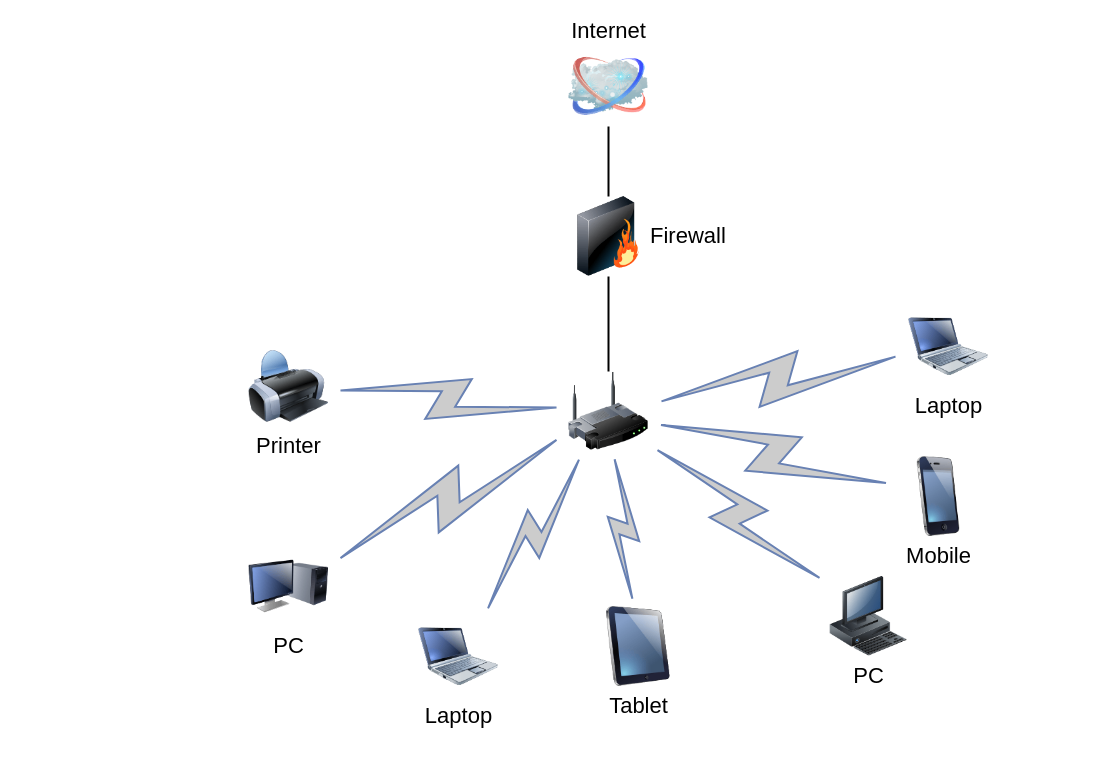
gustavolucas10/AULAS keeps this draw.io diagram as Untitled Diagram.drawio. Above is the earlier version. Source tidied: cells renumbered, new cells numbered last; positions are measured from the earlier drawing's top-left corner, leaving out a move shared by most shapes. Both pictures are drawn from the tidied source at 100%, with x=0, y=0 at pixel (248, 46).
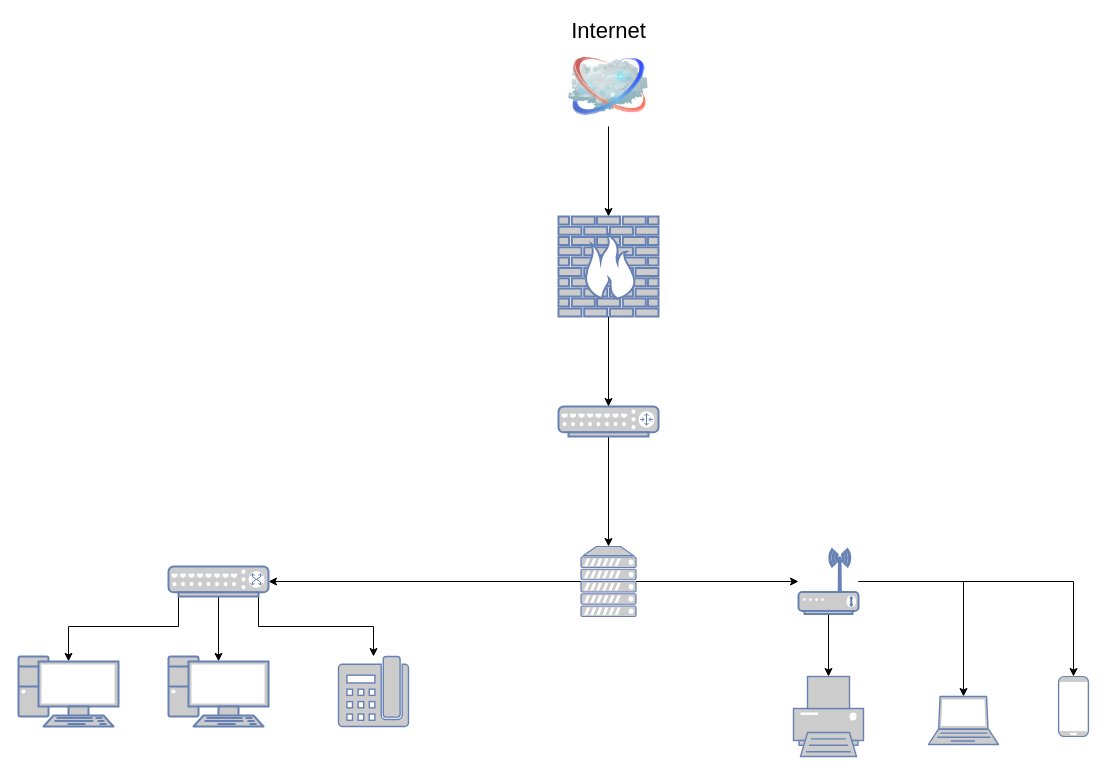
Above is the later version.

Unchanged cells that the change refers to:
```xml
<mxCell id="4" value="Internet" style="image;html=1;labelBackgroundColor=#ffffff;image=img/lib/clip_art/networking/Cloud_128x128.png;rounded=1;shadow=0;comic=0;strokeWidth=2;fontSize=22;labelPosition=center;verticalLabelPosition=top;align=center;verticalAlign=bottom;" parent="1" vertex="1">
  <mxGeometry x="320" width="80" height="80" as="geometry" />
</mxCell>
```

The edit, as a diff of the source:
```diff
@@
-    <mxCell id="2" style="edgeStyle=none;rounded=0;html=1;labelBackgroundColor=none;endArrow=none;strokeWidth=2;fontFamily=Verdana;fontSize=22;" parent="1" edge="1" source="3" target="6">
-      <mxGeometry relative="1" as="geometry" />
-    </mxCell>
-    <mxCell id="3" style="image;html=1;labelBackgroundColor=#ffffff;image=img/lib/clip_art/networking/Wireless_Router_128x128.png;rounded=1;shadow=0;comic=0;strokeWidth=2;fontSize=22;" parent="1" vertex="1">
-      <mxGeometry x="320" y="325" width="80" height="80" as="geometry" />
-    </mxCell>
+    <mxCell id="21" style="edgeStyle=orthogonalEdgeStyle;rounded=0;jettySize=auto;html=1;" parent="1" edge="1" source="4" target="28">
+      <mxGeometry relative="1" as="geometry" />
+    </mxCell>
@@
-    <mxCell id="5" style="edgeStyle=none;rounded=0;html=1;labelBackgroundColor=none;endArrow=none;strokeWidth=2;fontFamily=Verdana;fontSize=22;" parent="1" edge="1" source="6" target="4">
-      <mxGeometry relative="1" as="geometry" />
-    </mxCell>
-    <mxCell id="6" value="Firewall" style="image;html=1;labelBackgroundColor=#ffffff;image=img/lib/clip_art/networking/Firewall_128x128.png;rounded=1;shadow=0;comic=0;strokeWidth=2;fontSize=22;labelPosition=right;verticalLabelPosition=middle;align=left;verticalAlign=middle;" parent="1" vertex="1">
-      <mxGeometry x="320" y="150" width="80" height="80" as="geometry" />
-    </mxCell>
-    <mxCell id="7" value="Tablet" style="image;html=1;labelBackgroundColor=#ffffff;image=img/lib/clip_art/computers/iPad_128x128.png;rounded=1;shadow=0;comic=0;strokeWidth=2;fontSize=22;" parent="1" vertex="1">
-      <mxGeometry x="350" y="560" width="80" height="80" as="geometry" />
-    </mxCell>
-    <mxCell id="8" value="PC" style="image;html=1;labelBackgroundColor=#ffffff;image=img/lib/clip_art/computers/Monitor_Tower_128x128.png;rounded=1;shadow=0;comic=0;strokeWidth=2;fontSize=22;" parent="1" vertex="1">
-      <mxGeometry y="500" width="80" height="80" as="geometry" />
-    </mxCell>
-    <mxCell id="9" value="Printer" style="image;html=1;labelBackgroundColor=#ffffff;image=img/lib/clip_art/computers/Printer_128x128.png;rounded=1;shadow=0;comic=0;strokeWidth=2;fontSize=22;" parent="1" vertex="1">
-      <mxGeometry y="300" width="80" height="80" as="geometry" />
-    </mxCell>
-    <mxCell id="10" value="PC" style="image;html=1;labelBackgroundColor=#ffffff;image=img/lib/clip_art/computers/Workstation_128x128.png;rounded=1;shadow=0;comic=0;strokeWidth=2;fontSize=22;" parent="1" vertex="1">
-      <mxGeometry x="580" y="530" width="80" height="80" as="geometry" />
-    </mxCell>
-    <mxCell id="11" value="Mobile" style="image;html=1;labelBackgroundColor=#ffffff;image=img/lib/clip_art/telecommunication/iPhone_128x128.png;rounded=1;shadow=0;comic=0;strokeWidth=2;fontSize=22;" parent="1" vertex="1">
-      <mxGeometry x="650" y="410" width="80" height="80" as="geometry" />
-    </mxCell>
-    <mxCell id="12" value="Laptop" style="image;html=1;labelBackgroundColor=#ffffff;image=img/lib/clip_art/computers/Netbook_128x128.png;rounded=1;shadow=0;comic=0;strokeColor=#000000;strokeWidth=2;fillColor=#FFFFFF;fontSize=22;fontColor=#000000;" parent="1" vertex="1">
-      <mxGeometry x="660" y="260" width="80" height="80" as="geometry" />
-    </mxCell>
-    <mxCell id="13" value="Laptop" style="image;html=1;labelBackgroundColor=#ffffff;image=img/lib/clip_art/computers/Netbook_128x128.png;rounded=1;shadow=0;comic=0;strokeWidth=2;fontSize=22;" parent="1" vertex="1">
-      <mxGeometry x="170" y="570" width="80" height="80" as="geometry" />
-    </mxCell>
-    <mxCell id="14" style="html=1;fillColor=#CCCCCC;strokeColor=#6881B3;gradientColor=none;gradientDirection=north;strokeWidth=2;shape=mxgraph.networks.comm_link_edge;html=1;labelBackgroundColor=none;endArrow=none;fontFamily=Verdana;fontSize=22;fontColor=#000000;" parent="1" edge="1" source="9" target="3">
-      <mxGeometry relative="1" as="geometry" />
-    </mxCell>
-    <mxCell id="15" style="html=1;fillColor=#CCCCCC;strokeColor=#6881B3;gradientColor=none;gradientDirection=north;strokeWidth=2;shape=mxgraph.networks.comm_link_edge;html=1;labelBackgroundColor=none;endArrow=none;fontFamily=Verdana;fontSize=22;fontColor=#000000;fontStyle=1;" parent="1" edge="1" source="8" target="3">
-      <mxGeometry relative="1" as="geometry" />
-    </mxCell>
-    <mxCell id="16" style="html=1;fillColor=#CCCCCC;strokeColor=#6881B3;gradientColor=none;gradientDirection=north;strokeWidth=2;shape=mxgraph.networks.comm_link_edge;html=1;labelBackgroundColor=none;endArrow=none;fontFamily=Verdana;fontSize=22;fontColor=#000000;" parent="1" edge="1" source="13" target="3">
-      <mxGeometry relative="1" as="geometry" />
-    </mxCell>
-    <mxCell id="17" style="html=1;fillColor=#CCCCCC;strokeColor=#6881B3;gradientColor=none;gradientDirection=north;strokeWidth=2;shape=mxgraph.networks.comm_link_edge;html=1;labelBackgroundColor=none;endArrow=none;fontFamily=Verdana;fontSize=22;fontColor=#000000;" parent="1" edge="1" source="7" target="3">
-      <mxGeometry relative="1" as="geometry" />
-    </mxCell>
-    <mxCell id="18" style="html=1;fillColor=#CCCCCC;strokeColor=#6881B3;gradientColor=none;gradientDirection=north;strokeWidth=2;shape=mxgraph.networks.comm_link_edge;html=1;labelBackgroundColor=none;endArrow=none;fontFamily=Verdana;fontSize=22;fontColor=#000000;" parent="1" edge="1" source="10" target="3">
-      <mxGeometry relative="1" as="geometry" />
-    </mxCell>
-    <mxCell id="19" style="html=1;fillColor=#CCCCCC;strokeColor=#6881B3;gradientColor=none;gradientDirection=north;strokeWidth=2;shape=mxgraph.networks.comm_link_edge;html=1;labelBackgroundColor=none;endArrow=none;fontFamily=Verdana;fontSize=22;fontColor=#000000;" parent="1" edge="1" source="11" target="3">
-      <mxGeometry relative="1" as="geometry" />
-    </mxCell>
-    <mxCell id="20" style="html=1;fillColor=#CCCCCC;strokeColor=#6881B3;gradientColor=none;gradientDirection=north;strokeWidth=2;shape=mxgraph.networks.comm_link_edge;html=1;labelBackgroundColor=none;endArrow=none;fontFamily=Verdana;fontSize=22;fontColor=#000000;" parent="1" edge="1" source="12" target="3">
-      <mxGeometry relative="1" as="geometry" />
-    </mxCell>
+    <mxCell id="22" style="edgeStyle=orthogonalEdgeStyle;rounded=0;jettySize=auto;html=1;" parent="1" edge="1" source="23" target="26">
+      <mxGeometry relative="1" as="geometry" />
+    </mxCell>
+    <mxCell id="23" style="fontColor=#0066CC;verticalAlign=top;verticalLabelPosition=bottom;labelPosition=center;align=center;html=1;outlineConnect=0;fillColor=#CCCCCC;strokeColor=#6881B3;gradientColor=none;gradientDirection=north;strokeWidth=2;shape=mxgraph.networks.router;" parent="1" vertex="1">
+      <mxGeometry x="310" y="360" width="100" height="30" as="geometry" />
+    </mxCell>
+    <mxCell id="24" style="edgeStyle=orthogonalEdgeStyle;rounded=0;jettySize=auto;html=1;" parent="1" edge="1" source="26" target="32">
+      <mxGeometry relative="1" as="geometry" />
+    </mxCell>
+    <mxCell id="25" style="edgeStyle=orthogonalEdgeStyle;rounded=0;jettySize=auto;html=1;" parent="1" edge="1" source="26" target="39">
+      <mxGeometry relative="1" as="geometry" />
+    </mxCell>
+    <mxCell id="26" style="fontColor=#0066CC;verticalAlign=top;verticalLabelPosition=bottom;labelPosition=center;align=center;html=1;outlineConnect=0;fillColor=#CCCCCC;strokeColor=#6881B3;gradientColor=none;gradientDirection=north;strokeWidth=2;shape=mxgraph.networks.server;" parent="1" vertex="1">
+      <mxGeometry x="332.5" y="500" width="55" height="70" as="geometry" />
+    </mxCell>
+    <mxCell id="27" style="edgeStyle=orthogonalEdgeStyle;rounded=0;jettySize=auto;html=1;" parent="1" edge="1" source="28" target="23">
+      <mxGeometry relative="1" as="geometry" />
+    </mxCell>
+    <mxCell id="28" style="fontColor=#0066CC;verticalAlign=top;verticalLabelPosition=bottom;labelPosition=center;align=center;html=1;outlineConnect=0;fillColor=#CCCCCC;strokeColor=#6881B3;gradientColor=none;gradientDirection=north;strokeWidth=2;shape=mxgraph.networks.firewall;" parent="1" vertex="1">
+      <mxGeometry x="310" y="170" width="100" height="100" as="geometry" />
+    </mxCell>
+    <mxCell id="29" style="edgeStyle=orthogonalEdgeStyle;rounded=0;jettySize=auto;html=1;exitX=0.1;exitY=1;exitDx=0;exitDy=0;exitPerimeter=0;entryX=0.5;entryY=0.07;entryDx=0;entryDy=0;entryPerimeter=0;" parent="1" edge="1" source="32" target="33">
+      <mxGeometry relative="1" as="geometry" />
+    </mxCell>
+    <mxCell id="30" style="edgeStyle=orthogonalEdgeStyle;rounded=0;jettySize=auto;html=1;exitX=0.5;exitY=1;exitDx=0;exitDy=0;exitPerimeter=0;entryX=0.5;entryY=0.07;entryDx=0;entryDy=0;entryPerimeter=0;" parent="1" edge="1" source="32" target="34">
+      <mxGeometry relative="1" as="geometry" />
+    </mxCell>
+    <mxCell id="31" style="edgeStyle=orthogonalEdgeStyle;rounded=0;jettySize=auto;html=1;exitX=0.9;exitY=1;exitDx=0;exitDy=0;exitPerimeter=0;" parent="1" edge="1" source="32" target="35">
+      <mxGeometry relative="1" as="geometry" />
+    </mxCell>
+    <mxCell id="32" style="fontColor=#0066CC;verticalAlign=top;verticalLabelPosition=bottom;labelPosition=center;align=center;html=1;outlineConnect=0;fillColor=#CCCCCC;strokeColor=#6881B3;gradientColor=none;gradientDirection=north;strokeWidth=2;shape=mxgraph.networks.switch;" parent="1" vertex="1">
+      <mxGeometry x="-80" y="520" width="100" height="30" as="geometry" />
+    </mxCell>
+    <mxCell id="33" style="fontColor=#0066CC;verticalAlign=top;verticalLabelPosition=bottom;labelPosition=center;align=center;html=1;outlineConnect=0;fillColor=#CCCCCC;strokeColor=#6881B3;gradientColor=none;gradientDirection=north;strokeWidth=2;shape=mxgraph.networks.pc;" parent="1" vertex="1">
+      <mxGeometry x="-230" y="610" width="100" height="70" as="geometry" />
+    </mxCell>
+    <mxCell id="34" style="fontColor=#0066CC;verticalAlign=top;verticalLabelPosition=bottom;labelPosition=center;align=center;html=1;outlineConnect=0;fillColor=#CCCCCC;strokeColor=#6881B3;gradientColor=none;gradientDirection=north;strokeWidth=2;shape=mxgraph.networks.pc;" parent="1" vertex="1">
+      <mxGeometry x="-80" y="610" width="100" height="70" as="geometry" />
+    </mxCell>
+    <mxCell id="35" style="fontColor=#0066CC;verticalAlign=top;verticalLabelPosition=bottom;labelPosition=center;align=center;html=1;outlineConnect=0;fillColor=#CCCCCC;strokeColor=#6881B3;gradientColor=none;gradientDirection=north;strokeWidth=2;shape=mxgraph.networks.phone_2;" parent="1" vertex="1">
+      <mxGeometry x="90" y="610" width="70" height="70" as="geometry" />
+    </mxCell>
+    <mxCell id="36" style="edgeStyle=orthogonalEdgeStyle;rounded=0;jettySize=auto;html=1;" parent="1" edge="1" source="39" target="42">
+      <mxGeometry relative="1" as="geometry" />
+    </mxCell>
+    <mxCell id="37" style="edgeStyle=orthogonalEdgeStyle;rounded=0;jettySize=auto;html=1;entryX=0.5;entryY=0;entryDx=0;entryDy=0;entryPerimeter=0;" parent="1" edge="1" source="39" target="41">
+      <mxGeometry relative="1" as="geometry" />
+    </mxCell>
+    <mxCell id="38" style="edgeStyle=orthogonalEdgeStyle;rounded=0;jettySize=auto;html=1;" parent="1" edge="1" source="39" target="40">
+      <mxGeometry relative="1" as="geometry" />
+    </mxCell>
+    <mxCell id="39" style="fontColor=#0066CC;verticalAlign=top;verticalLabelPosition=bottom;labelPosition=center;align=center;html=1;outlineConnect=0;fillColor=#CCCCCC;strokeColor=#6881B3;gradientColor=none;gradientDirection=north;strokeWidth=2;shape=mxgraph.networks.wireless_modem;" parent="1" vertex="1">
+      <mxGeometry x="550" y="502.5" width="60" height="65" as="geometry" />
+    </mxCell>
+    <mxCell id="40" style="fontColor=#0066CC;verticalAlign=top;verticalLabelPosition=bottom;labelPosition=center;align=center;html=1;outlineConnect=0;fillColor=#CCCCCC;strokeColor=#6881B3;gradientColor=none;gradientDirection=north;strokeWidth=2;shape=mxgraph.networks.mobile;" parent="1" vertex="1">
+      <mxGeometry x="810" y="630" width="30" height="60" as="geometry" />
+    </mxCell>
+    <mxCell id="41" style="fontColor=#0066CC;verticalAlign=top;verticalLabelPosition=bottom;labelPosition=center;align=center;html=1;outlineConnect=0;fillColor=#CCCCCC;strokeColor=#6881B3;gradientColor=none;gradientDirection=north;strokeWidth=2;shape=mxgraph.networks.laptop;" parent="1" vertex="1">
+      <mxGeometry x="680" y="650" width="70" height="48" as="geometry" />
+    </mxCell>
+    <mxCell id="42" style="fontColor=#0066CC;verticalAlign=top;verticalLabelPosition=bottom;labelPosition=center;align=center;html=1;outlineConnect=0;fillColor=#CCCCCC;strokeColor=#6881B3;gradientColor=none;gradientDirection=north;strokeWidth=2;shape=mxgraph.networks.printer;" parent="1" vertex="1">
+      <mxGeometry x="545" y="630" width="70" height="80" as="geometry" />
+    </mxCell>
```
